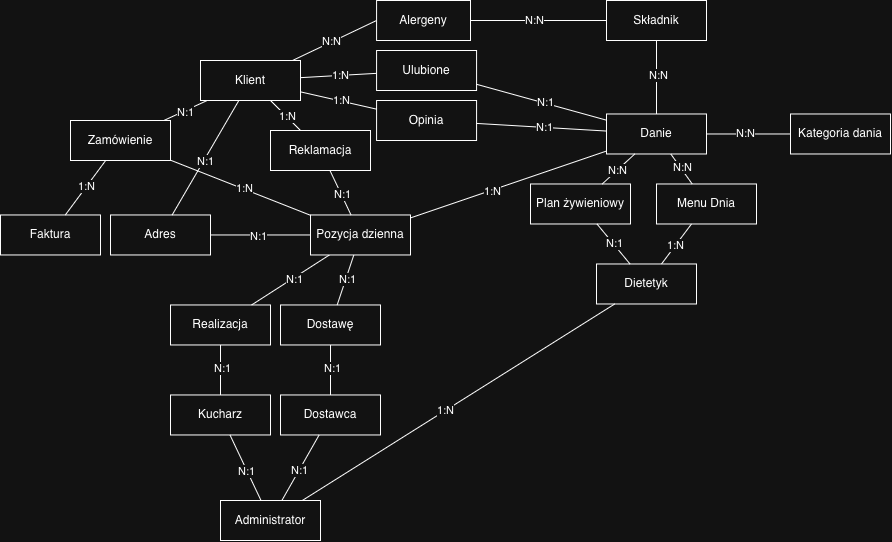
tomasz-trela/database-design keeps this draw.io diagram as etap1/Projektowanie baz danych.png. Above is the earlier version. Source tidied: cells renumbered, new cells last; positions are measured from the earlier drawing's top-left corner, leaving out a move shared by most shapes.
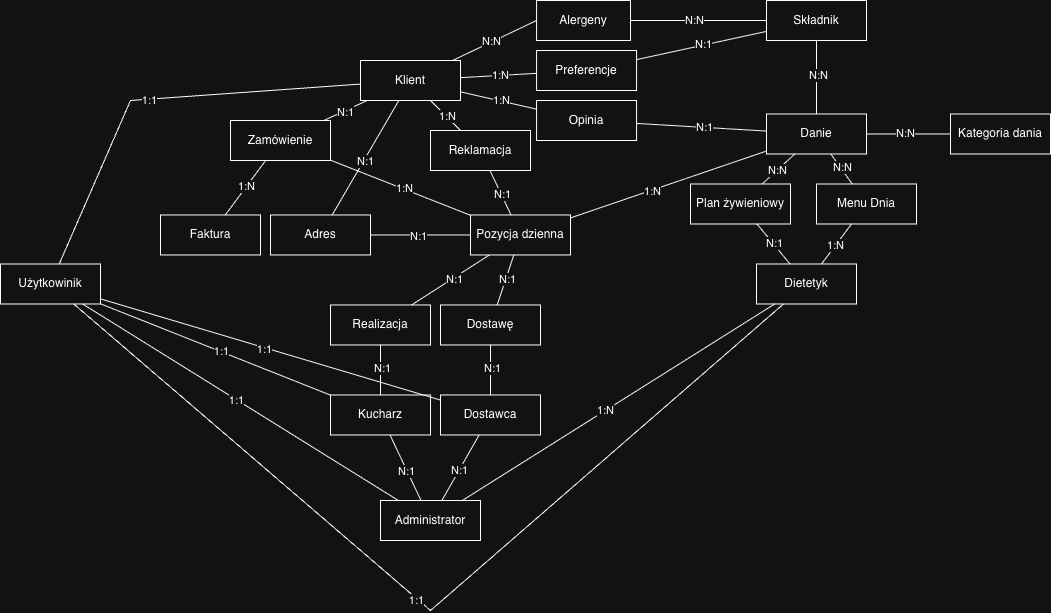
Above is the later version.

What changed in the source:
```diff
@@ -145,7 +145,7 @@
     <mxCell id="48" value="1:N" style="edgeLabel;html=1;align=center;verticalAlign=middle;" parent="47" vertex="1">
       <mxGeometry x="-0.04" y="-1" relative="1" as="geometry" />
     </mxCell>
-    <mxCell id="49" value="Ulubione" style="rounded=0;whiteSpace=wrap;html=1;" parent="1" vertex="1">
+    <mxCell id="49" value="Preferencje" style="rounded=0;whiteSpace=wrap;html=1;" parent="1" vertex="1">
       <mxGeometry x="376.1" y="50" width="100" height="40" as="geometry" />
     </mxCell>
     <mxCell id="50" style="edgeStyle=orthogonalEdgeStyle;rounded=0;orthogonalLoop=1;jettySize=auto;html=1;exitX=0.5;exitY=1;exitDx=0;exitDy=0;" parent="1" edge="1" source="49" target="49">
@@ -169,7 +169,7 @@
     <mxCell id="56" value="1:N" style="edgeLabel;html=1;align=center;verticalAlign=middle;" parent="55" vertex="1">
       <mxGeometry x="-0.04" y="-1" relative="1" as="geometry" />
     </mxCell>
-    <mxCell id="57" style="endArrow=none;html=1;rounded=0;" parent="1" edge="1" source="8" target="49">
+    <mxCell id="57" style="endArrow=none;html=1;rounded=0;" parent="1" edge="1" source="5" target="49">
       <mxGeometry relative="1" as="geometry" />
     </mxCell>
     <mxCell id="58" value="N:1" style="edgeLabel;html=1;align=center;verticalAlign=middle;" parent="57" vertex="1">
@@ -229,5 +229,48 @@
     <mxCell id="76" value="N:1" style="edgeLabel;html=1;align=center;verticalAlign=middle;" parent="75" vertex="1">
       <mxGeometry x="-0.04" y="-1" relative="1" as="geometry" />
     </mxCell>
+    <mxCell id="77" value="Użytkowinik" style="rounded=0;whiteSpace=wrap;html=1;" parent="1" vertex="1">
+      <mxGeometry x="-160" y="263.5" width="100" height="40" as="geometry" />
+    </mxCell>
+    <mxCell id="78" style="endArrow=none;html=1;rounded=0;" parent="1" edge="1" source="77" target="38">
+      <mxGeometry relative="1" as="geometry">
+        <Array as="points">
+          <mxPoint x="-30" y="100" />
+        </Array>
+      </mxGeometry>
+    </mxCell>
+    <mxCell id="79" value="1:1" style="edgeLabel;html=1;align=center;verticalAlign=middle;" parent="78" vertex="1">
+      <mxGeometry x="-0.04" y="-1" relative="1" as="geometry" />
+    </mxCell>
+    <mxCell id="80" style="endArrow=none;html=1;rounded=0;" parent="1" edge="1" source="77" target="66">
+      <mxGeometry relative="1" as="geometry" />
+    </mxCell>
+    <mxCell id="81" value="1:1" style="edgeLabel;html=1;align=center;verticalAlign=middle;" parent="80" vertex="1">
+      <mxGeometry x="-0.03" relative="1" as="geometry">
+        <mxPoint x="-1" as="offset" />
+      </mxGeometry>
+    </mxCell>
+    <mxCell id="82" style="endArrow=none;html=1;rounded=0;" parent="1" edge="1" source="33" target="77">
+      <mxGeometry relative="1" as="geometry" />
+    </mxCell>
+    <mxCell id="83" value="1:1" style="edgeLabel;html=1;align=center;verticalAlign=middle;" parent="82" vertex="1">
+      <mxGeometry x="-0.04" y="-1" relative="1" as="geometry" />
+    </mxCell>
+    <mxCell id="84" style="endArrow=none;html=1;rounded=0;" parent="1" edge="1" source="77" target="27">
+      <mxGeometry relative="1" as="geometry" />
+    </mxCell>
+    <mxCell id="85" value="1:1" style="edgeLabel;html=1;align=center;verticalAlign=middle;" parent="84" vertex="1">
+      <mxGeometry x="-0.04" y="-1" relative="1" as="geometry" />
+    </mxCell>
+    <mxCell id="86" style="endArrow=none;html=1;rounded=0;" parent="1" edge="1" source="77" target="17">
+      <mxGeometry relative="1" as="geometry">
+        <Array as="points">
+          <mxPoint x="270" y="610" />
+        </Array>
+      </mxGeometry>
+    </mxCell>
+    <mxCell id="87" value="1:1" style="edgeLabel;html=1;align=center;verticalAlign=middle;" parent="86" vertex="1">
+      <mxGeometry x="-0.04" y="-1" relative="1" as="geometry" />
+    </mxCell>
   </root>
 </mxGraphModel>
```
